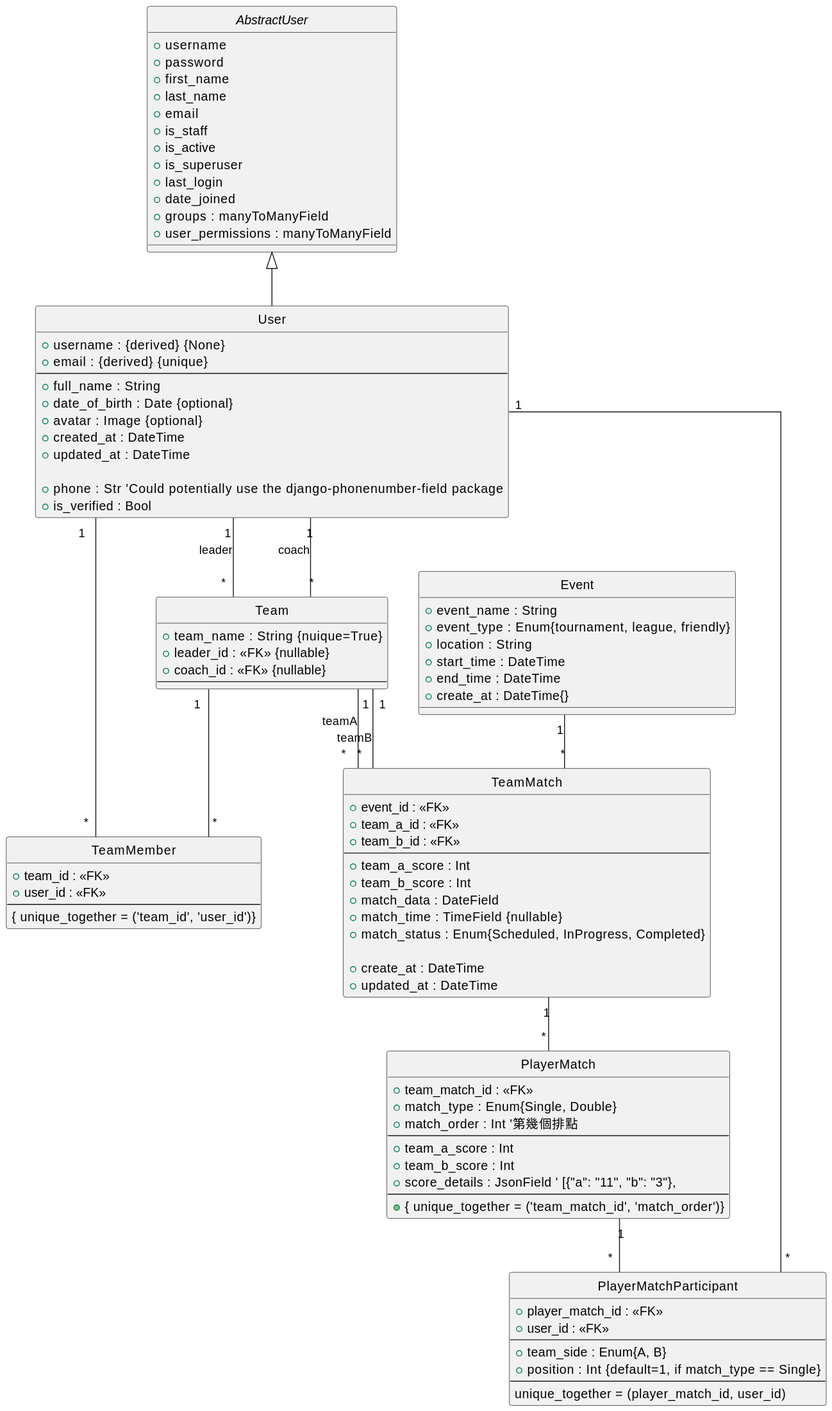
The PlantUML diagram docs/diagram/out/db.svg in FriedDinoEggs/Nexus, before a commit.
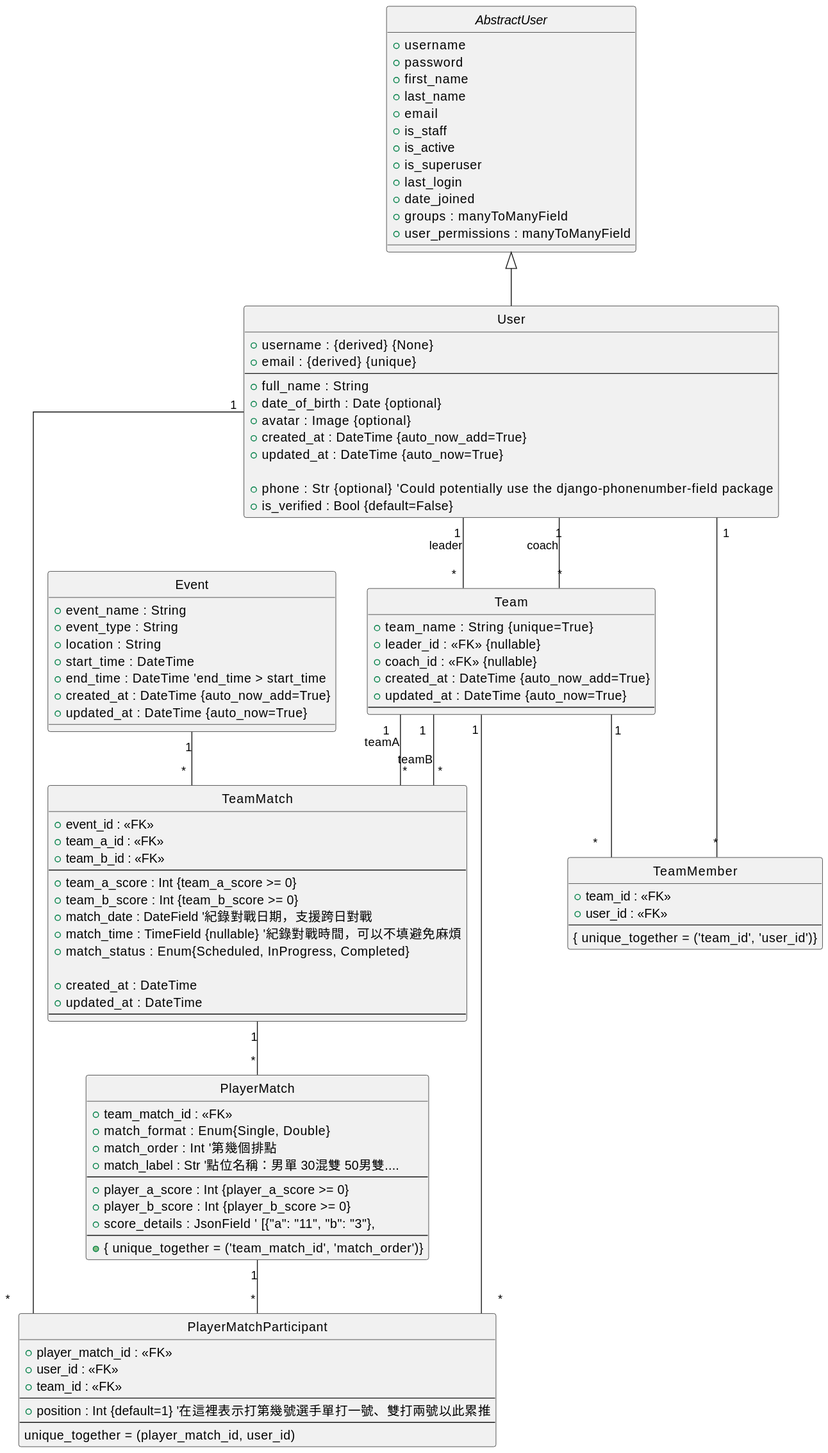
Later version of the same file.

Commit message:
Refactor database schema for User, Team, Event, TeamMatch, PlayerMatch, and PlayerMatchParticipant

What changed in the source:
```diff
@@ -24,18 +24,20 @@
     + full_name : String
     + date_of_birth : Date {optional}
     + avatar : Image {optional}
-    + created_at : DateTime
-    + updated_at : DateTime
+    + created_at : DateTime {auto_now_add=True}
+    + updated_at : DateTime {auto_now=True}
 
-    + phone : Str 'Could potentially use the  django-phonenumber-field package
-    + is_verified : Bool
+    + phone : Str {optional} 'Could potentially use the  django-phonenumber-field package
+    + is_verified : Bool {default=False}
 }
 AbstractUser <|-- User
 
 class "Team" as Team {
-    + team_name : String {nuique=True}
+    + team_name : String {unique=True}
     + leader_id : <<FK>> {nullable}
     + coach_id : <<FK>> {nullable}
+    + created_at : DateTime {auto_now_add=True}
+    + updated_at : DateTime {auto_now=True}
     --
 }
 
@@ -48,11 +50,12 @@
 
 class "Event" as Event {
     + event_name : String
-    + event_type : Enum{tournament, league, friendly}
+    + event_type : String
     + location : String
     + start_time : DateTime
-    + end_time : DateTime
-    + create_at : DateTime{}
+    + end_time : DateTime 'end_time > start_time
+    + created_at : DateTime {auto_now_add=True}
+    + updated_at : DateTime {auto_now=True}
 }
 
 class "TeamMatch" as TeamMatch {
@@ -60,23 +63,25 @@
     + team_a_id : << FK >>
     + team_b_id : << FK >>
     --
-    + team_a_score : Int
-    + team_b_score : Int
-    + match_data : DateField
-    + match_time : TimeField {nullable}
+    + team_a_score : Int {team_a_score >= 0}
+    + team_b_score : Int {team_b_score >= 0}
+    + match_date : DateField '紀錄對戰日期，支援跨日對戰
+    + match_time : TimeField {nullable} '紀錄對戰時間，可以不填避免麻煩
     + match_status : Enum{Scheduled, InProgress, Completed}
 
-    + create_at : DateTime
+    + created_at : DateTime
     + updated_at : DateTime
+    --
 }
 
 class "PlayerMatch" as PlayerMatch {
     + team_match_id : << FK >>
-    + match_type : Enum{Single, Double}
+    + match_format : Enum{Single, Double}
     + match_order : Int '第幾個排點
+    + match_label : Str '點位名稱：男單 30混雙 50男雙....
     --
-    + team_a_score : Int
-    + team_b_score : Int
+    + player_a_score : Int {player_a_score >= 0}
+    + player_b_score : Int {player_b_score >= 0}
     + score_details : JsonField ' [{"a": "11", "b": "3"},
     --
     + { unique_together = ('team_match_id', 'match_order')}
@@ -85,9 +90,9 @@
 class "PlayerMatchParticipant" as PlayerMatchParticipant {
     + player_match_id : << FK >>
     + user_id : << FK >>
+    + team_id : << FK >>
     --
-    + team_side : Enum{A, B}
-    + position : Int {default=1, if match_type == Single}
+    + position : Int {default=1} '在這裡表示打第幾號選手單打一號、雙打兩號以此累推
     --
     unique_together = (player_match_id, user_id)
 }
@@ -108,4 +113,5 @@
 
 PlayerMatch "1" -- "*" PlayerMatchParticipant
 User "1" -- "*" PlayerMatchParticipant
+Team "1" -- "*" PlayerMatchParticipant
 @enduml
```
